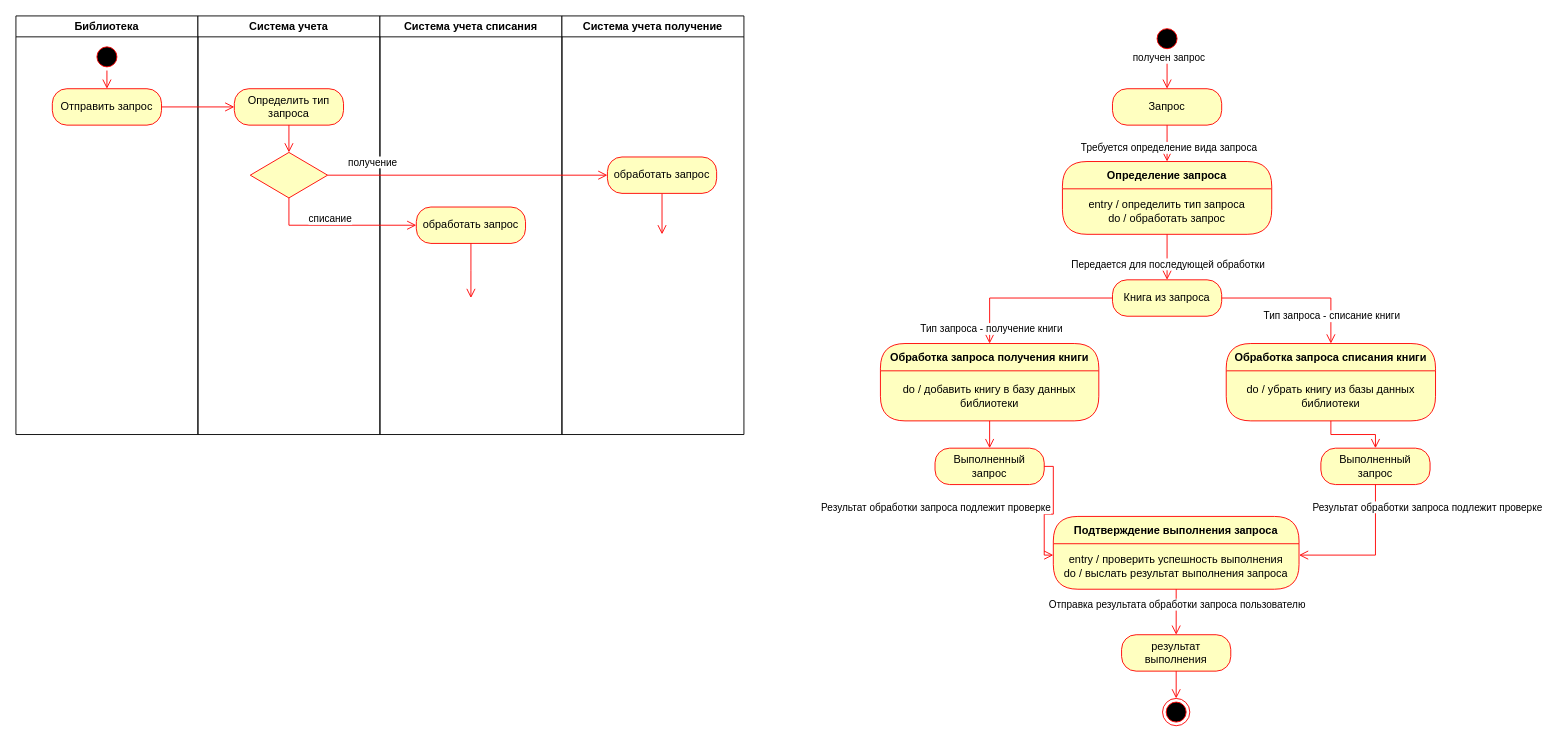
Above: Шестая практика.drawio in sergkhr/VUZsystemModeling (draw.io), before the change. Source tidied: cells renumbered, new cells numbered last; positions are measured from the earlier drawing's top-left corner, leaving out a move shared by most shapes. Both pictures are drawn from the tidied source at 91%, with x=0, y=0 at pixel (15, 15).
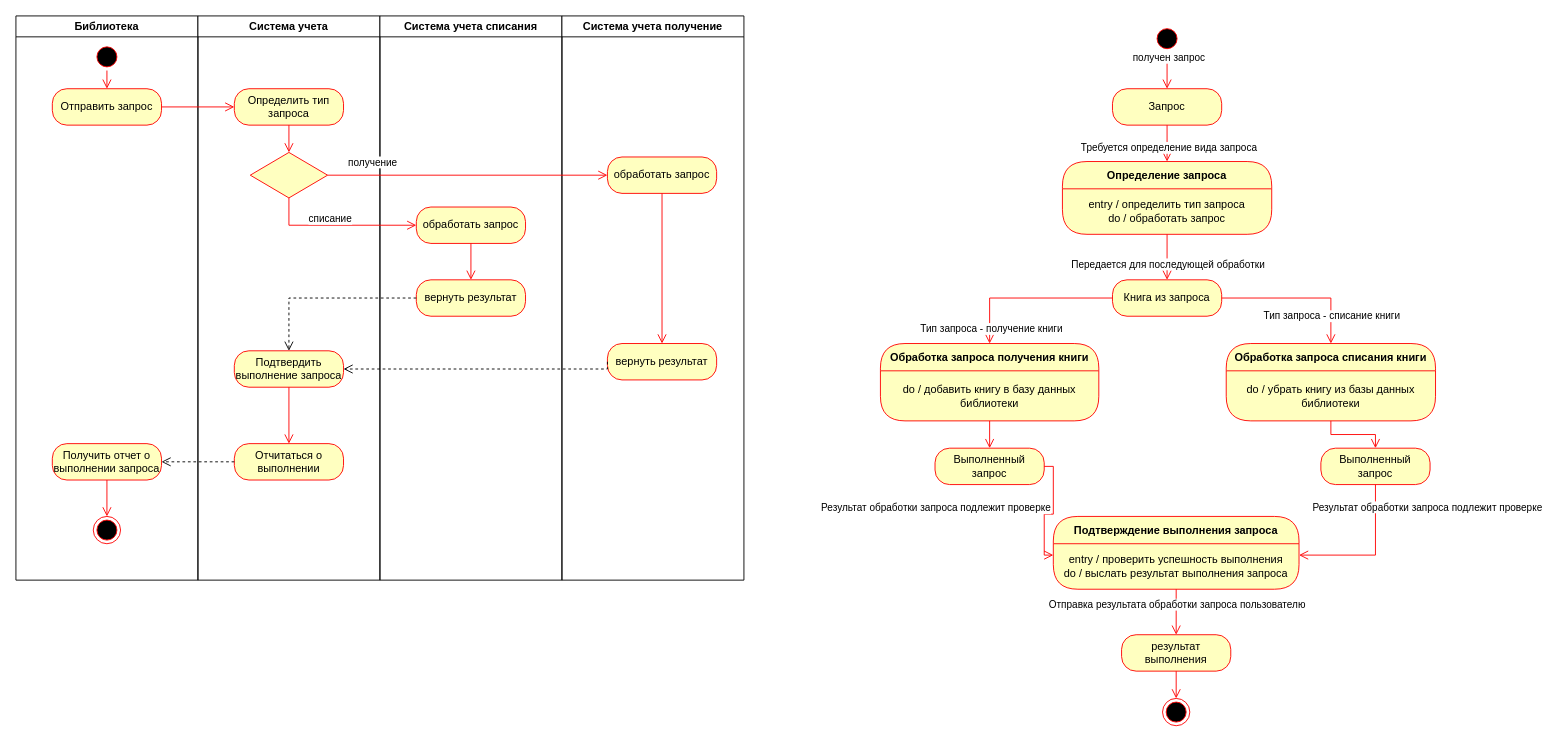
The same page after the edit.

Unchanged cells that the change refers to:
```xml
<mxCell id="46" value="обработать запрос" style="rounded=1;whiteSpace=wrap;html=1;arcSize=40;fontColor=#000000;fillColor=#ffffc0;strokeColor=#ff0000;" parent="44" vertex="1">
  <mxGeometry x="40" y="210" width="120" height="40" as="geometry" />
</mxCell>
<mxCell id="49" value="обработать запрос" style="rounded=1;whiteSpace=wrap;html=1;arcSize=40;fontColor=#000000;fillColor=#ffffc0;strokeColor=#ff0000;" parent="48" vertex="1">
  <mxGeometry x="50" y="155" width="120" height="40" as="geometry" />
</mxCell>
```

Change to the diagram source:
```diff
@@
     <mxCell id="36" value="Библиотека" style="swimlane;whiteSpace=wrap;html=1;" parent="1" vertex="1">
-      <mxGeometry width="200" height="460" as="geometry" />
+      <mxGeometry width="200" height="620" as="geometry" />
     </mxCell>
@@
+    <mxCell id="54" value="Получить отчет о выполнении запроса" style="rounded=1;whiteSpace=wrap;html=1;arcSize=40;fontColor=#000000;fillColor=#ffffc0;strokeColor=#ff0000;" parent="36" vertex="1">
+      <mxGeometry x="40" y="470" width="120" height="40" as="geometry" />
+    </mxCell>
+    <mxCell id="55" style="edgeStyle=orthogonalEdgeStyle;html=1;verticalAlign=bottom;endArrow=open;endSize=8;strokeColor=#ff0000;rounded=0;entryX=0.5;entryY=0;entryDx=0;entryDy=0;" parent="36" edge="1" source="54" target="56">
+      <mxGeometry relative="1" as="geometry" />
+    </mxCell>
+    <mxCell id="56" style="ellipse;html=1;shape=endState;fillColor=#000000;strokeColor=#ff0000;" parent="36" vertex="1">
+      <mxGeometry x="85" y="550" width="30" height="30" as="geometry" />
+    </mxCell>
     <mxCell id="40" value="Система учета" style="swimlane;whiteSpace=wrap;html=1;" parent="1" vertex="1">
-      <mxGeometry x="200" width="200" height="460" as="geometry" />
+      <mxGeometry x="200" width="200" height="620" as="geometry" />
     </mxCell>
@@
+    <mxCell id="57" value="Подтвердить выполнение запроса" style="rounded=1;whiteSpace=wrap;html=1;arcSize=40;fontColor=#000000;fillColor=#ffffc0;strokeColor=#ff0000;" parent="40" vertex="1">
+      <mxGeometry x="40" y="368" width="120" height="40" as="geometry" />
+    </mxCell>
+    <mxCell id="58" style="edgeStyle=orthogonalEdgeStyle;html=1;verticalAlign=bottom;endArrow=open;endSize=8;strokeColor=#ff0000;rounded=0;entryX=0.5;entryY=0;entryDx=0;entryDy=0;" parent="40" edge="1" source="57" target="59">
+      <mxGeometry relative="1" as="geometry" />
+    </mxCell>
+    <mxCell id="59" value="Отчитаться о выполнении" style="rounded=1;whiteSpace=wrap;html=1;arcSize=40;fontColor=#000000;fillColor=#ffffc0;strokeColor=#ff0000;" parent="40" vertex="1">
+      <mxGeometry x="40" y="470" width="120" height="40" as="geometry" />
+    </mxCell>
     <mxCell id="44" value="Система учета списания" style="swimlane;whiteSpace=wrap;html=1;" parent="1" vertex="1">
-      <mxGeometry x="400" width="200" height="460" as="geometry" />
+      <mxGeometry x="400" width="200" height="620" as="geometry" />
     </mxCell>
-    <mxCell id="45" style="edgeStyle=orthogonalEdgeStyle;html=1;verticalAlign=bottom;endArrow=open;endSize=8;strokeColor=#ff0000;rounded=0;" parent="44" edge="1" source="49">
-      <mxGeometry relative="1" as="geometry">
-        <mxPoint x="310" y="240" as="targetPoint" />
-        <Array as="points">
-          <mxPoint x="310" y="240" />
-        </Array>
-      </mxGeometry>
-    </mxCell>
@@
-    <mxCell id="47" style="edgeStyle=orthogonalEdgeStyle;html=1;verticalAlign=bottom;endArrow=open;endSize=8;strokeColor=#ff0000;rounded=0;" parent="44" edge="1" source="46">
-      <mxGeometry relative="1" as="geometry">
-        <mxPoint x="100" y="310" as="targetPoint" />
-      </mxGeometry>
+    <mxCell id="47" style="edgeStyle=orthogonalEdgeStyle;html=1;verticalAlign=bottom;endArrow=open;endSize=8;strokeColor=#ff0000;rounded=0;entryX=0.5;entryY=0;entryDx=0;entryDy=0;" parent="44" edge="1" source="46" target="60">
+      <mxGeometry relative="1" as="geometry" />
     </mxCell>
+    <mxCell id="60" value="вернуть результат" style="rounded=1;whiteSpace=wrap;html=1;arcSize=40;fontColor=#000000;fillColor=#ffffc0;strokeColor=#ff0000;" parent="44" vertex="1">
+      <mxGeometry x="40" y="290" width="120" height="40" as="geometry" />
+    </mxCell>
     <mxCell id="48" value="Система учета получение" style="swimlane;whiteSpace=wrap;html=1;" parent="1" vertex="1">
-      <mxGeometry x="600" width="200" height="460" as="geometry" />
+      <mxGeometry x="600" width="200" height="620" as="geometry" />
     </mxCell>
@@
+    <mxCell id="61" value="вернуть результат" style="rounded=1;whiteSpace=wrap;html=1;arcSize=40;fontColor=#000000;fillColor=#ffffc0;strokeColor=#ff0000;" parent="48" vertex="1">
+      <mxGeometry x="50" y="360" width="120" height="40" as="geometry" />
+    </mxCell>
+    <mxCell id="45" style="edgeStyle=orthogonalEdgeStyle;html=1;verticalAlign=bottom;endArrow=open;endSize=8;strokeColor=#ff0000;rounded=0;entryX=0.5;entryY=0;entryDx=0;entryDy=0;" parent="48" edge="1" source="49" target="61">
+      <mxGeometry relative="1" as="geometry" />
+    </mxCell>
@@
+    <mxCell id="62" style="html=1;verticalAlign=bottom;endArrow=open;dashed=1;endSize=8;edgeStyle=elbowEdgeStyle;elbow=vertical;curved=0;rounded=0;exitX=0;exitY=0.5;exitDx=0;exitDy=0;entryX=0.5;entryY=0;entryDx=0;entryDy=0;" parent="1" edge="1" source="60" target="57">
+      <mxGeometry relative="1" as="geometry">
+        <Array as="points">
+          <mxPoint x="380" y="310" />
+          <mxPoint x="310" y="340" />
+        </Array>
+      </mxGeometry>
+    </mxCell>
+    <mxCell id="63" style="html=1;verticalAlign=bottom;endArrow=open;dashed=1;endSize=8;edgeStyle=elbowEdgeStyle;elbow=vertical;curved=0;rounded=0;exitX=0;exitY=0.5;exitDx=0;exitDy=0;entryX=1;entryY=0.5;entryDx=0;entryDy=0;" parent="1" edge="1" source="61" target="57">
+      <mxGeometry relative="1" as="geometry">
+        <Array as="points">
+          <mxPoint x="520" y="388" />
+        </Array>
+      </mxGeometry>
+    </mxCell>
+    <mxCell id="64" style="html=1;verticalAlign=bottom;endArrow=open;dashed=1;endSize=8;edgeStyle=elbowEdgeStyle;elbow=vertical;curved=0;rounded=0;exitX=0;exitY=0.5;exitDx=0;exitDy=0;entryX=1;entryY=0.5;entryDx=0;entryDy=0;" parent="1" edge="1" source="59" target="54">
+      <mxGeometry relative="1" as="geometry" />
+    </mxCell>
```
